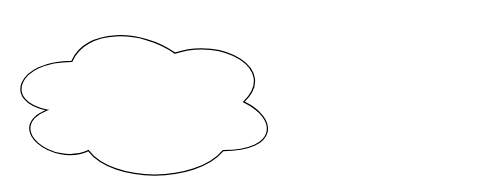
Above: user case.drawio in Big-Oh-No/BigOhNo-frontend (draw.io), before the change. Source tidied: cells renumbered, new cells numbered last; positions are measured from the earlier drawing's top-left corner, leaving out a move shared by most shapes. Both pictures are drawn from the tidied source at 125%, with x=0, y=0 at pixel (2, 20).
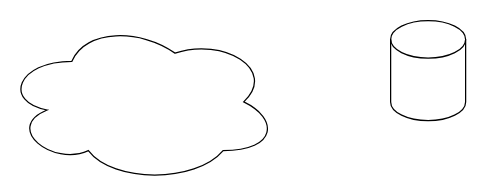
The same diagram, later.

Change to the diagram source:
```diff
@@
 <mxGraphModel>
   <root>
     <mxCell id="0" />
     <mxCell id="1" parent="0" />
     <mxCell id="2" style="ellipse;shape=cloud;whiteSpace=wrap;html=1;" parent="1" vertex="1">
       <mxGeometry width="220" height="130" as="geometry" />
     </mxCell>
+    <mxCell id="3" style="shape=cylinder3;whiteSpace=wrap;html=1;boundedLbl=1;backgroundOutline=1;size=15;" parent="1" vertex="1">
+      <mxGeometry x="310" width="60" height="80" as="geometry" />
+    </mxCell>
   </root>
 </mxGraphModel>
```
